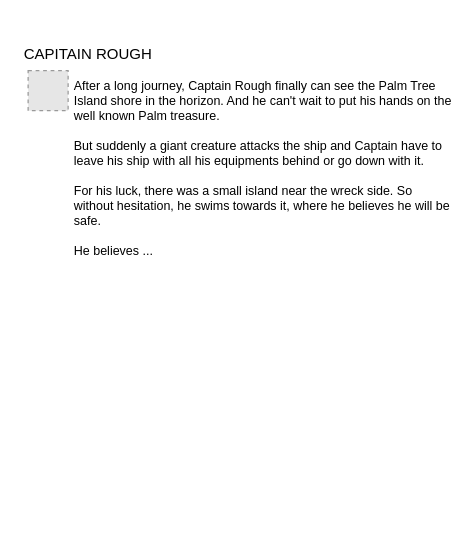
This is page "Chapter 1" (1 of 2) of docs/brainstorming.drawio from hermscoder/pirate-forever, a draw.io file, before an edit. Source tidied: cells renumbered, new cells numbered last; positions are measured from the earlier drawing's top-left corner, leaving out a move shared by most shapes. Both pictures are drawn from the tidied source at 125%, with x=0, y=0 at pixel (21, 21). Pictures stored in the file or linked from it are replaced by grey dashed boxes.
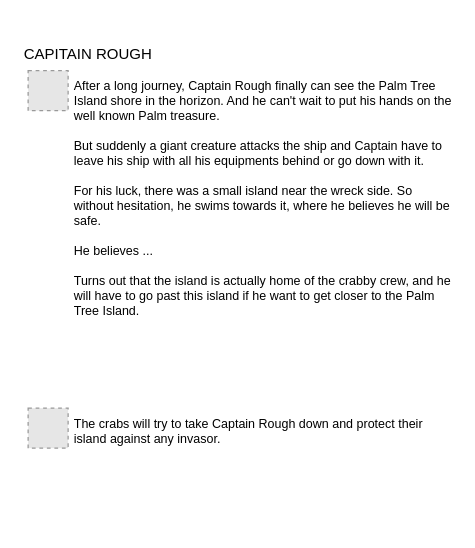
The same page after the edit.

Commit message (it also covers changes not shown here):
Fixing player attack box and creating sprites sheet for pirate without sword

Diff of the diagram source:
```diff
@@
 <mxGraphModel>
   <root>
     <mxCell id="0" />
     <mxCell id="1" parent="0" />
     <mxCell id="2" value="CAPITAIN ROUGH" style="text;html=1;strokeColor=none;fillColor=none;align=left;verticalAlign=middle;whiteSpace=wrap;rounded=0;" parent="1" vertex="1">
       <mxGeometry width="195" height="51" as="geometry" />
     </mxCell>
     <mxCell id="3" style="fillColor=#E6E6E6;strokeColor=#999999;dashed=1;verticalLabelPosition=bottom;labelBackgroundColor=#ffffff;verticalAlign=top;" parent="1" vertex="1">
       <mxGeometry x="5" y="39" width="32" height="32" as="geometry" />
     </mxCell>
-    <mxCell id="4" value="After a long journey, Captain Rough finally can see the Palm Tree Island&amp;nbsp;shore in the horizon. And he can't wait to put his hands on the well known Palm treasure.&lt;br&gt;&lt;br&gt;But suddenly a giant creature attacks the ship and Captain have to leave his ship with all his equipments behind or&amp;nbsp;go down with it.&lt;br&gt;&lt;br&gt;For his luck, there was a small island near the wreck side. So without hesitation, he swims towards it, where he believes he will be safe.&lt;br&gt;&lt;br&gt;He believes ..." style="text;html=1;strokeColor=none;fillColor=none;align=left;verticalAlign=top;whiteSpace=wrap;rounded=0;fontSize=10;" parent="1" vertex="1">
-      <mxGeometry x="40" y="39" width="306" height="138" as="geometry" />
+    <mxCell id="4" value="After a long journey, Captain Rough finally can see the Palm Tree Island&amp;nbsp;shore in the horizon. And he can't wait to put his hands on the well known Palm treasure.&lt;br&gt;&lt;br&gt;But suddenly a giant creature attacks the ship and Captain have to leave his ship with all his equipments behind or&amp;nbsp;go down with it.&lt;br&gt;&lt;br&gt;For his luck, there was a small island near the wreck side. So without hesitation, he swims towards it, where he believes he will be safe.&lt;br&gt;&lt;br&gt;He believes ...&lt;br&gt;&lt;br&gt;Turns out that the island is actually home of the crabby crew, and he will have to go past this island if he want to get closer to the Palm Tree Island." style="text;html=1;strokeColor=none;fillColor=none;align=left;verticalAlign=top;whiteSpace=wrap;rounded=0;fontSize=10;" parent="1" vertex="1">
+      <mxGeometry x="40" y="39" width="306" height="202" as="geometry" />
     </mxCell>
+    <mxCell id="5" style="fillColor=#E6E6E6;strokeColor=#999999;dashed=1;verticalLabelPosition=bottom;labelBackgroundColor=#ffffff;verticalAlign=top;" parent="1" vertex="1">
+      <mxGeometry x="5" y="309" width="32" height="32" as="geometry" />
+    </mxCell>
+    <mxCell id="6" value="The crabs will try to take Captain Rough down and protect their island against any invasor." style="text;html=1;strokeColor=none;fillColor=none;align=left;verticalAlign=top;whiteSpace=wrap;rounded=0;fontSize=10;" parent="1" vertex="1">
+      <mxGeometry x="40" y="309" width="306" height="95" as="geometry" />
+    </mxCell>
   </root>
 </mxGraphModel>
```
